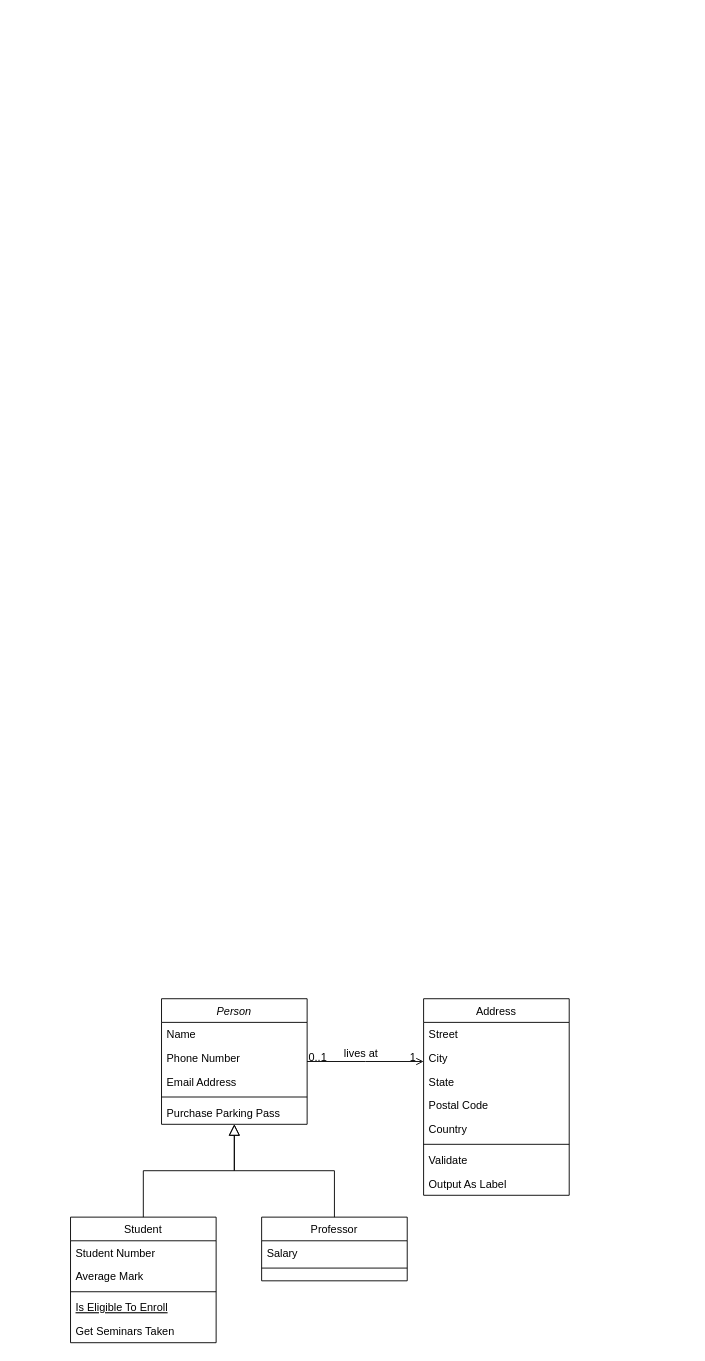
Earlier version of the draw.io diagram 강의_ex4.drawio (ShineSoYoung/TEST). Source tidied: cells renumbered, new cells numbered last; positions are measured from the earlier drawing's top-left corner, leaving out a move shared by most shapes. Both pictures are drawn from the tidied source at 91%, with x=0, y=0 at pixel (70, 998).
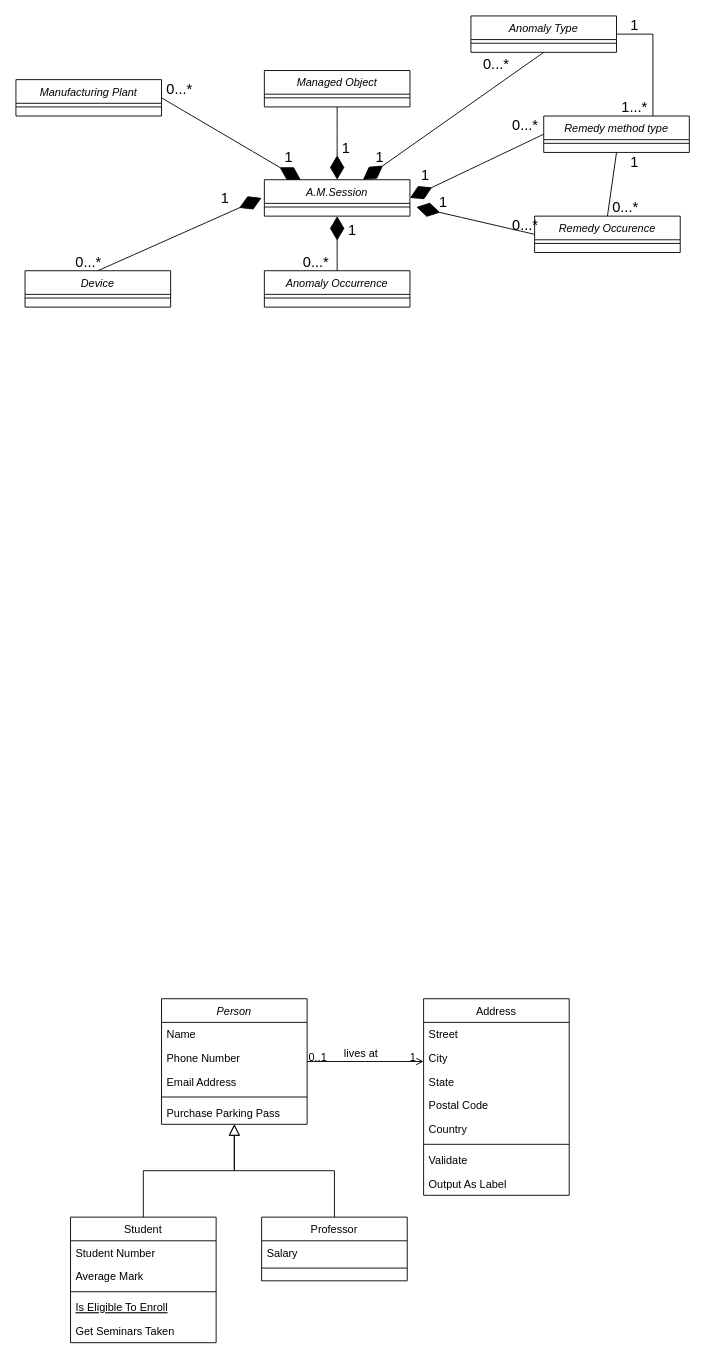
Above is the later version.

Commit message:
강의_ex4.drawio 업데이트

Change to the diagram source:
```diff
@@
+    <mxCell id="32" value="Manufacturing Plant" style="swimlane;fontStyle=2;align=center;verticalAlign=top;horizontal=1;startSize=26;rounded=0;shadow=0;strokeWidth=1;" parent="1" vertex="1">
+      <mxGeometry x="-60" y="-1010" width="160" height="40" as="geometry" />
+    </mxCell>
+    <mxCell id="33" style="line;html=1;strokeWidth=1;align=left;verticalAlign=middle;spacingTop=-1;spacingLeft=3;spacingRight=3;labelPosition=right;" parent="32" vertex="1">
+      <mxGeometry y="26" width="160" height="8" as="geometry" />
+    </mxCell>
+    <mxCell id="34" value="Device" style="swimlane;fontStyle=2;align=center;verticalAlign=top;horizontal=1;startSize=26;rounded=0;shadow=0;strokeWidth=1;" parent="1" vertex="1">
+      <mxGeometry x="-50" y="-800" width="160" height="40" as="geometry" />
+    </mxCell>
+    <mxCell id="35" style="line;html=1;strokeWidth=1;align=left;verticalAlign=middle;spacingTop=-1;spacingLeft=3;spacingRight=3;labelPosition=right;" parent="34" vertex="1">
+      <mxGeometry y="26" width="160" height="8" as="geometry" />
+    </mxCell>
+    <mxCell id="36" value="Anomaly Occurrence" style="swimlane;fontStyle=2;align=center;verticalAlign=top;horizontal=1;startSize=26;rounded=0;shadow=0;strokeWidth=1;" parent="1" vertex="1">
+      <mxGeometry x="213" y="-800" width="160" height="40" as="geometry" />
+    </mxCell>
+    <mxCell id="37" style="line;html=1;strokeWidth=1;align=left;verticalAlign=middle;spacingTop=-1;spacingLeft=3;spacingRight=3;labelPosition=right;" parent="36" vertex="1">
+      <mxGeometry y="26" width="160" height="8" as="geometry" />
+    </mxCell>
+    <mxCell id="38" value="A.M.Session" style="swimlane;fontStyle=2;align=center;verticalAlign=top;horizontal=1;startSize=26;rounded=0;shadow=0;strokeWidth=1;" parent="1" vertex="1">
+      <mxGeometry x="213" y="-900" width="160" height="40" as="geometry" />
+    </mxCell>
+    <mxCell id="39" style="line;html=1;strokeWidth=1;align=left;verticalAlign=middle;spacingTop=-1;spacingLeft=3;spacingRight=3;labelPosition=right;" parent="38" vertex="1">
+      <mxGeometry y="26" width="160" height="8" as="geometry" />
+    </mxCell>
+    <mxCell id="40" value="Managed Object" style="swimlane;fontStyle=2;align=center;verticalAlign=top;horizontal=1;startSize=26;rounded=0;shadow=0;strokeWidth=1;" parent="1" vertex="1">
+      <mxGeometry x="213" y="-1020" width="160" height="40" as="geometry" />
+    </mxCell>
+    <mxCell id="41" style="line;html=1;strokeWidth=1;align=left;verticalAlign=middle;spacingTop=-1;spacingLeft=3;spacingRight=3;labelPosition=right;" parent="40" vertex="1">
+      <mxGeometry y="26" width="160" height="8" as="geometry" />
+    </mxCell>
+    <mxCell id="42" value="Remedy method type" style="swimlane;fontStyle=2;align=center;verticalAlign=top;horizontal=1;startSize=26;rounded=0;shadow=0;strokeWidth=1;" parent="1" vertex="1">
+      <mxGeometry x="520" y="-970" width="160" height="40" as="geometry" />
+    </mxCell>
+    <mxCell id="43" style="line;html=1;strokeWidth=1;align=left;verticalAlign=middle;spacingTop=-1;spacingLeft=3;spacingRight=3;labelPosition=right;" parent="42" vertex="1">
+      <mxGeometry y="26" width="160" height="8" as="geometry" />
+    </mxCell>
+    <mxCell id="44" value="Remedy Occurence" style="swimlane;fontStyle=2;align=center;verticalAlign=top;horizontal=1;startSize=26;rounded=0;shadow=0;strokeWidth=1;" parent="1" vertex="1">
+      <mxGeometry x="510" y="-860" width="160" height="40" as="geometry" />
+    </mxCell>
+    <mxCell id="45" style="line;html=1;strokeWidth=1;align=left;verticalAlign=middle;spacingTop=-1;spacingLeft=3;spacingRight=3;labelPosition=right;" parent="44" vertex="1">
+      <mxGeometry y="26" width="160" height="8" as="geometry" />
+    </mxCell>
+    <mxCell id="46" value="Anomaly Type" style="swimlane;fontStyle=2;align=center;verticalAlign=top;horizontal=1;startSize=26;rounded=0;shadow=0;strokeWidth=1;" parent="1" vertex="1">
+      <mxGeometry x="440" y="-1080" width="160" height="40" as="geometry" />
+    </mxCell>
+    <mxCell id="47" style="line;html=1;strokeWidth=1;align=left;verticalAlign=middle;spacingTop=-1;spacingLeft=3;spacingRight=3;labelPosition=right;" parent="46" vertex="1">
+      <mxGeometry y="26" width="160" height="8" as="geometry" />
+    </mxCell>
+    <mxCell id="48" style="endArrow=diamondThin;endFill=1;endSize=24;html=1;rounded=0;fontSize=12;curved=1;exitX=0.5;exitY=1;exitDx=0;exitDy=0;entryX=0.5;entryY=0;entryDx=0;entryDy=0;" parent="1" edge="1" source="40" target="38">
+      <mxGeometry relative="1" as="geometry" />
+    </mxCell>
+    <mxCell id="49" style="endArrow=diamondThin;endFill=1;endSize=24;html=1;rounded=0;fontSize=12;curved=1;exitX=1;exitY=0.5;exitDx=0;exitDy=0;entryX=0.25;entryY=0;entryDx=0;entryDy=0;" parent="1" edge="1" source="32" target="38">
+      <mxGeometry relative="1" as="geometry" />
+    </mxCell>
+    <mxCell id="50" style="endArrow=diamondThin;endFill=1;endSize=24;html=1;rounded=0;fontSize=12;curved=1;exitX=0.5;exitY=0;exitDx=0;exitDy=0;" parent="1" edge="1" source="34">
+      <mxGeometry relative="1" as="geometry">
+        <mxPoint x="210" y="-880" as="targetPoint" />
+      </mxGeometry>
+    </mxCell>
+    <mxCell id="51" style="endArrow=diamondThin;endFill=1;endSize=24;html=1;rounded=0;fontSize=12;curved=1;entryX=0.5;entryY=1;entryDx=0;entryDy=0;" parent="1" edge="1" source="36" target="38">
+      <mxGeometry relative="1" as="geometry" />
+    </mxCell>
+    <mxCell id="52" style="endArrow=diamondThin;endFill=1;endSize=24;html=1;rounded=0;fontSize=12;curved=1;exitX=0.5;exitY=1;exitDx=0;exitDy=0;" parent="1" edge="1" source="46" target="38">
+      <mxGeometry relative="1" as="geometry" />
+    </mxCell>
+    <mxCell id="53" style="endArrow=diamondThin;endFill=1;endSize=24;html=1;rounded=0;fontSize=12;curved=1;exitX=0;exitY=0.5;exitDx=0;exitDy=0;entryX=1;entryY=0.5;entryDx=0;entryDy=0;" parent="1" edge="1" source="42" target="38">
+      <mxGeometry relative="1" as="geometry" />
+    </mxCell>
+    <mxCell id="54" style="endArrow=diamondThin;endFill=1;endSize=24;html=1;rounded=0;fontSize=12;curved=1;exitX=0;exitY=0.5;exitDx=0;exitDy=0;" parent="1" edge="1" source="44">
+      <mxGeometry relative="1" as="geometry">
+        <mxPoint x="380" y="-870" as="targetPoint" />
+      </mxGeometry>
+    </mxCell>
+    <mxCell id="55" value="1" style="text;html=1;strokeColor=none;fillColor=none;align=center;verticalAlign=middle;whiteSpace=wrap;rounded=0;fontSize=16;" parent="1" vertex="1">
+      <mxGeometry x="230" y="-940" width="20" height="30" as="geometry" />
+    </mxCell>
+    <mxCell id="56" value="1" style="text;html=1;strokeColor=none;fillColor=none;align=center;verticalAlign=middle;whiteSpace=wrap;rounded=0;fontSize=16;" parent="1" vertex="1">
+      <mxGeometry x="293" y="-950" width="20" height="30" as="geometry" />
+    </mxCell>
+    <mxCell id="57" value="1" style="text;html=1;strokeColor=none;fillColor=none;align=center;verticalAlign=middle;whiteSpace=wrap;rounded=0;fontSize=16;" parent="1" vertex="1">
+      <mxGeometry x="330" y="-940" width="20" height="30" as="geometry" />
+    </mxCell>
+    <mxCell id="58" value="1" style="text;html=1;strokeColor=none;fillColor=none;align=center;verticalAlign=middle;whiteSpace=wrap;rounded=0;fontSize=16;" parent="1" vertex="1">
+      <mxGeometry x="380" y="-920" width="20" height="30" as="geometry" />
+    </mxCell>
+    <mxCell id="59" value="1" style="text;html=1;strokeColor=none;fillColor=none;align=center;verticalAlign=middle;whiteSpace=wrap;rounded=0;fontSize=16;" parent="1" vertex="1">
+      <mxGeometry x="400" y="-890" width="20" height="30" as="geometry" />
+    </mxCell>
+    <mxCell id="60" value="1" style="text;html=1;strokeColor=none;fillColor=none;align=center;verticalAlign=middle;whiteSpace=wrap;rounded=0;fontSize=16;" parent="1" vertex="1">
+      <mxGeometry x="300" y="-860" width="20" height="30" as="geometry" />
+    </mxCell>
+    <mxCell id="61" value="1" style="text;html=1;strokeColor=none;fillColor=none;align=center;verticalAlign=middle;whiteSpace=wrap;rounded=0;fontSize=16;" parent="1" vertex="1">
+      <mxGeometry x="160" y="-895" width="20" height="30" as="geometry" />
+    </mxCell>
+    <mxCell id="62" value="0...*" style="text;html=1;strokeColor=none;fillColor=none;align=center;verticalAlign=middle;whiteSpace=wrap;rounded=0;fontSize=16;" parent="1" vertex="1">
+      <mxGeometry x="100" y="-1015" width="40" height="30" as="geometry" />
+    </mxCell>
+    <mxCell id="63" value="0...*" style="text;html=1;strokeColor=none;fillColor=none;align=center;verticalAlign=middle;whiteSpace=wrap;rounded=0;fontSize=16;" parent="1" vertex="1">
+      <mxGeometry y="-820" width="40" height="20" as="geometry" />
+    </mxCell>
+    <mxCell id="64" value="0...*" style="text;html=1;strokeColor=none;fillColor=none;align=center;verticalAlign=middle;whiteSpace=wrap;rounded=0;fontSize=16;" parent="1" vertex="1">
+      <mxGeometry x="250" y="-820" width="40" height="20" as="geometry" />
+    </mxCell>
+    <mxCell id="65" value="0...*" style="text;html=1;strokeColor=none;fillColor=none;align=center;verticalAlign=middle;whiteSpace=wrap;rounded=0;fontSize=16;" parent="1" vertex="1">
+      <mxGeometry x="480" y="-860" width="40" height="20" as="geometry" />
+    </mxCell>
+    <mxCell id="66" value="0...*" style="text;html=1;strokeColor=none;fillColor=none;align=center;verticalAlign=middle;whiteSpace=wrap;rounded=0;fontSize=16;" parent="1" vertex="1">
+      <mxGeometry x="480" y="-970" width="40" height="20" as="geometry" />
+    </mxCell>
+    <mxCell id="67" value="0...*" style="text;html=1;strokeColor=none;fillColor=none;align=center;verticalAlign=middle;whiteSpace=wrap;rounded=0;fontSize=16;" parent="1" vertex="1">
+      <mxGeometry x="448" y="-1035" width="40" height="15" as="geometry" />
+    </mxCell>
+    <mxCell id="68" style="endArrow=none;html=1;rounded=0;fontSize=12;startSize=8;endSize=8;entryX=1;entryY=0.5;entryDx=0;entryDy=0;exitX=0.75;exitY=0;exitDx=0;exitDy=0;" parent="1" edge="1" source="42" target="46">
+      <mxGeometry relative="1" as="geometry">
+        <Array as="points">
+          <mxPoint x="640" y="-1060" />
+        </Array>
+      </mxGeometry>
+    </mxCell>
+    <mxCell id="69" value="1" style="text;html=1;strokeColor=none;fillColor=none;align=center;verticalAlign=middle;whiteSpace=wrap;rounded=0;fontSize=16;" parent="1" vertex="1">
+      <mxGeometry x="600" y="-1080" width="40" height="20" as="geometry" />
+    </mxCell>
+    <mxCell id="70" value="1...*" style="text;html=1;strokeColor=none;fillColor=none;align=center;verticalAlign=middle;whiteSpace=wrap;rounded=0;fontSize=16;" parent="1" vertex="1">
+      <mxGeometry x="600" y="-990" width="40" height="20" as="geometry" />
+    </mxCell>
+    <mxCell id="71" style="endArrow=none;html=1;rounded=0;fontSize=12;startSize=8;endSize=8;entryX=0.5;entryY=1;entryDx=0;entryDy=0;exitX=0.5;exitY=0;exitDx=0;exitDy=0;" parent="1" edge="1" source="44" target="42">
+      <mxGeometry relative="1" as="geometry" />
+    </mxCell>
+    <mxCell id="72" value="1" style="text;html=1;strokeColor=none;fillColor=none;align=center;verticalAlign=middle;whiteSpace=wrap;rounded=0;fontSize=16;" parent="1" vertex="1">
+      <mxGeometry x="600" y="-930" width="40" height="20" as="geometry" />
+    </mxCell>
+    <mxCell id="73" value="0...*" style="text;html=1;strokeColor=none;fillColor=none;align=center;verticalAlign=middle;whiteSpace=wrap;rounded=0;fontSize=16;" parent="1" vertex="1">
+      <mxGeometry x="590" y="-880" width="40" height="20" as="geometry" />
+    </mxCell>
```
